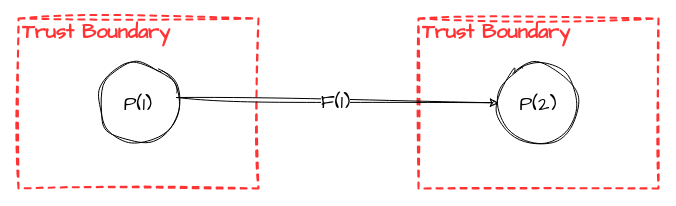
This is threat-model-76709aca-15c3-4c09-a234-aa7a41e012bc.drawio from Jim-Sweeting/Drawio, a draw.io file, before an edit. Source tidied: cells renumbered, new cells numbered last; positions are measured from the earlier drawing's top-left corner, leaving out a move shared by most shapes. Both pictures are drawn from the tidied source at 100%, with x=0, y=0 at pixel (18, 18).
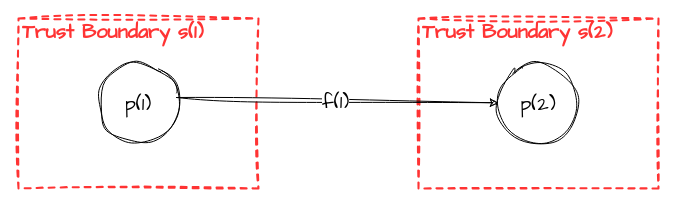
The same diagram, later.

What changed in the source:
```diff
@@
 <mxGraphModel>
   <root>
     <mxCell id="0" />
     <mxCell id="1" parent="0" />
-    <mxCell id="2" value="Trust Boundary" style="html=1;fontColor=#FF3333;fontStyle=1;align=left;verticalAlign=top;spacing=0;labelBorderColor=none;fillColor=none;dashed=1;strokeWidth=2;strokeColor=#FF3333;spacingLeft=4;spacingTop=-3;sketch=1;hachureGap=4;jiggle=2;curveFitting=1;fontFamily=Architects Daughter;fontSize=20;" parent="1" vertex="1">
+    <mxCell id="2" value="Trust Boundary s(1)" style="html=1;fontColor=#FF3333;fontStyle=1;align=left;verticalAlign=top;spacing=0;labelBorderColor=none;fillColor=none;dashed=1;strokeWidth=2;strokeColor=#FF3333;spacingLeft=4;spacingTop=-3;sketch=1;hachureGap=4;jiggle=2;curveFitting=1;fontFamily=Architects Daughter;fontSize=20;" parent="1" vertex="1">
       <mxGeometry width="240" height="170" as="geometry" />
     </mxCell>
-    <mxCell id="3" value="P(1)" style="ellipse;whiteSpace=wrap;html=1;sketch=1;hachureGap=4;jiggle=2;curveFitting=1;fontFamily=Architects Daughter;fontSize=20;" parent="1" vertex="1">
+    <mxCell id="3" value="p(1)" style="ellipse;whiteSpace=wrap;html=1;sketch=1;hachureGap=4;jiggle=2;curveFitting=1;fontFamily=Architects Daughter;fontSize=20;" parent="1" vertex="1">
       <mxGeometry x="80" y="45" width="80" height="80" as="geometry" />
     </mxCell>
-    <mxCell id="4" value="Trust Boundary" style="html=1;fontColor=#FF3333;fontStyle=1;align=left;verticalAlign=top;spacing=0;labelBorderColor=none;fillColor=none;dashed=1;strokeWidth=2;strokeColor=#FF3333;spacingLeft=4;spacingTop=-3;sketch=1;hachureGap=4;jiggle=2;curveFitting=1;fontFamily=Architects Daughter;fontSize=20;" parent="1" vertex="1">
+    <mxCell id="4" value="Trust Boundary s(2)" style="html=1;fontColor=#FF3333;fontStyle=1;align=left;verticalAlign=top;spacing=0;labelBorderColor=none;fillColor=none;dashed=1;strokeWidth=2;strokeColor=#FF3333;spacingLeft=4;spacingTop=-3;sketch=1;hachureGap=4;jiggle=2;curveFitting=1;fontFamily=Architects Daughter;fontSize=20;" parent="1" vertex="1">
       <mxGeometry x="400" width="240" height="170" as="geometry" />
     </mxCell>
-    <mxCell id="5" value="P(2)" style="ellipse;whiteSpace=wrap;html=1;sketch=1;hachureGap=4;jiggle=2;curveFitting=1;fontFamily=Architects Daughter;fontSize=20;" parent="1" vertex="1">
+    <mxCell id="5" value="p(2)" style="ellipse;whiteSpace=wrap;html=1;sketch=1;hachureGap=4;jiggle=2;curveFitting=1;fontFamily=Architects Daughter;fontSize=20;" parent="1" vertex="1">
       <mxGeometry x="480" y="45" width="80" height="80" as="geometry" />
     </mxCell>
     <mxCell id="6" style="endArrow=classic;html=1;fontColor=#FF3333;rounded=0;sketch=1;hachureGap=4;jiggle=2;curveFitting=1;fontFamily=Architects Daughter;fontSize=16;" parent="1" edge="1" target="5">
       <mxGeometry relative="1" as="geometry">
         <mxPoint x="158" y="79" as="sourcePoint" />
       </mxGeometry>
     </mxCell>
-    <mxCell id="7" value="F(1)" style="edgeLabel;html=1;align=center;verticalAlign=middle;fontSize=20;fontFamily=Architects Daughter;" parent="6" vertex="1">
+    <mxCell id="7" value="f(1)" style="edgeLabel;html=1;align=center;verticalAlign=middle;fontSize=20;fontFamily=Architects Daughter;" parent="6" vertex="1">
       <mxGeometry x="-0.01" y="-1" relative="1" as="geometry" />
     </mxCell>
   </root>
 </mxGraphModel>
```
